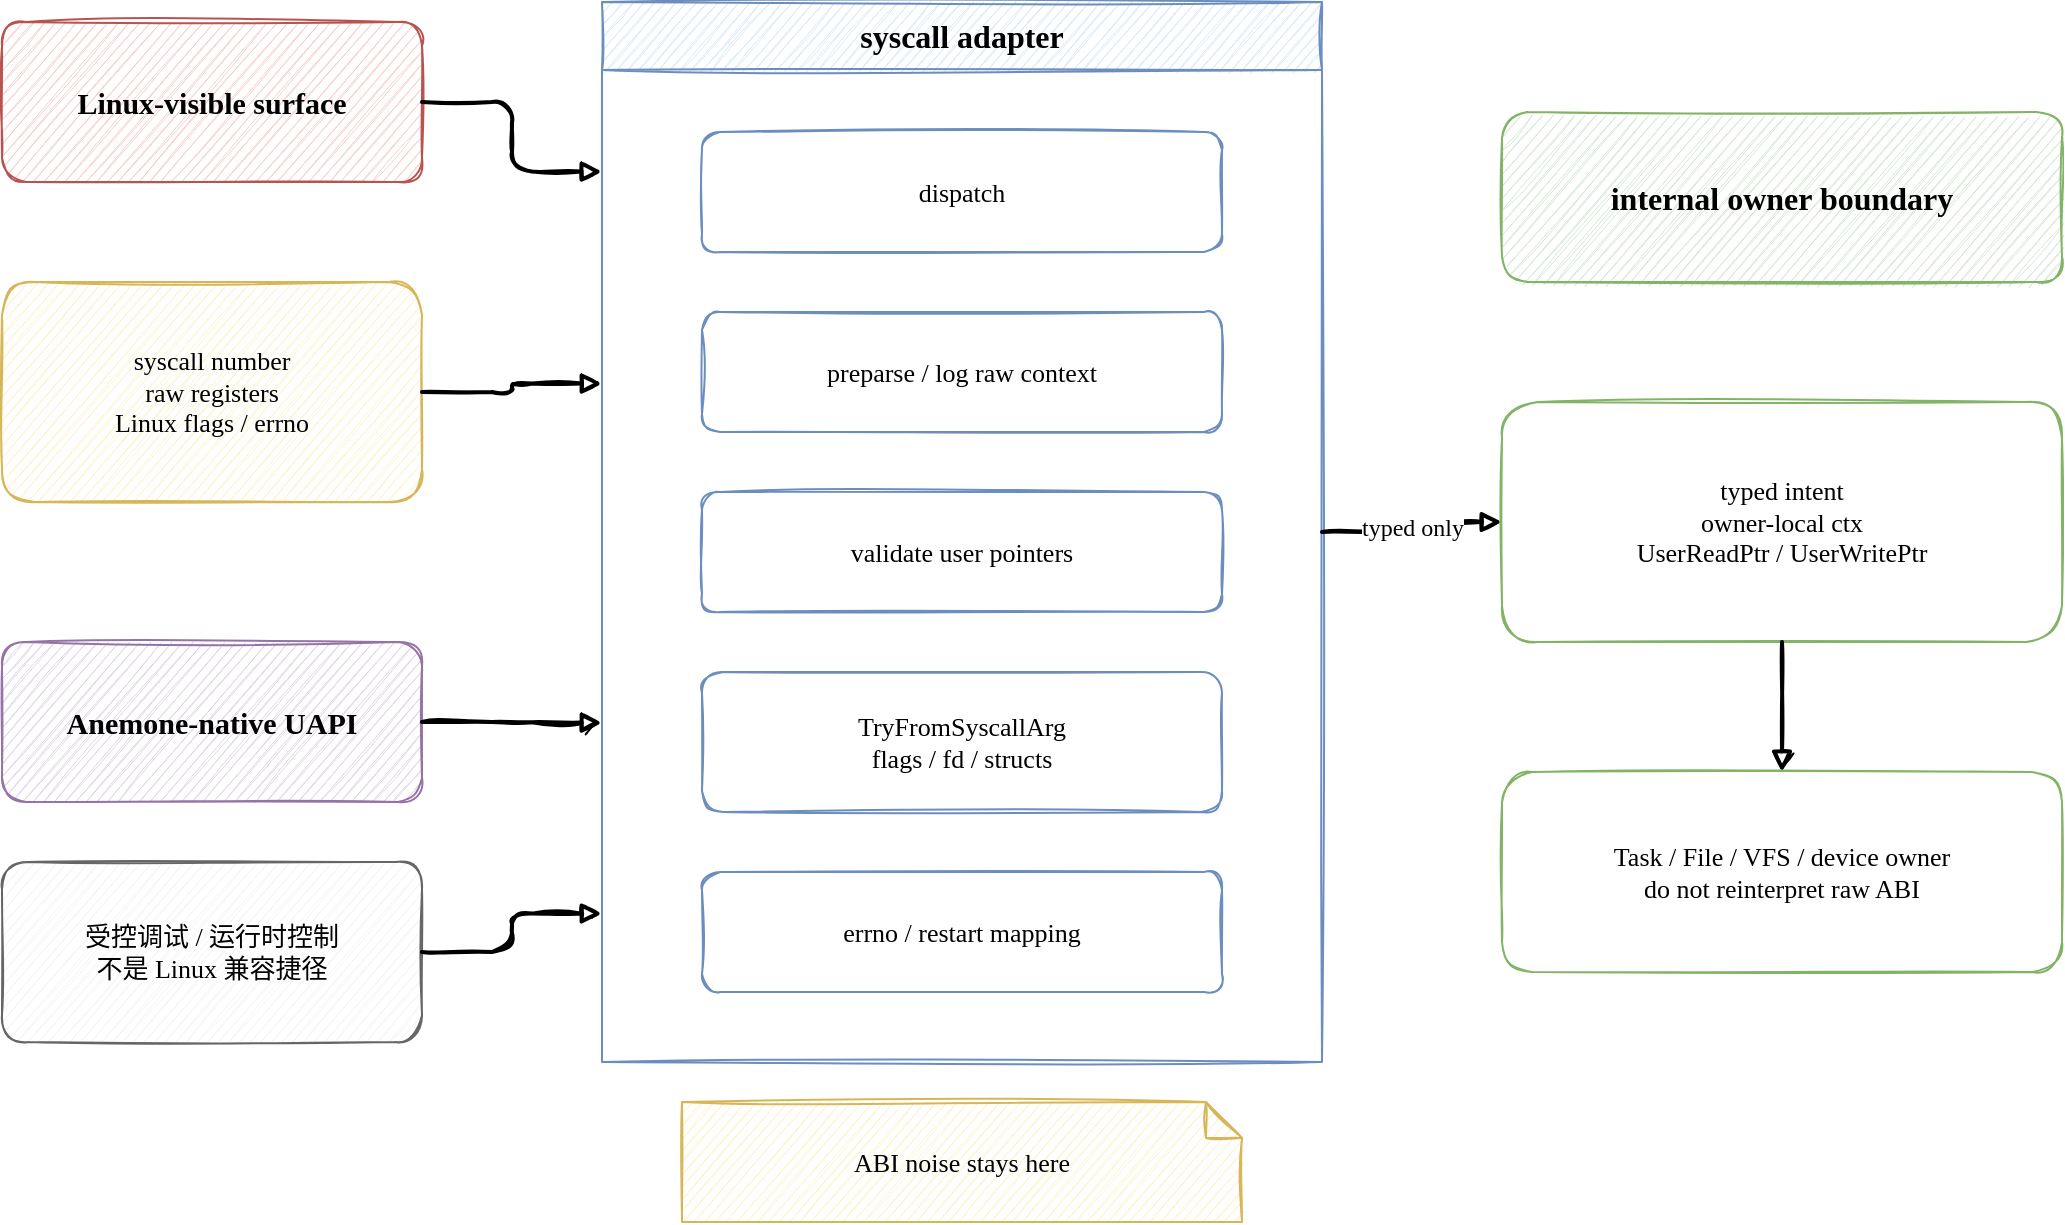
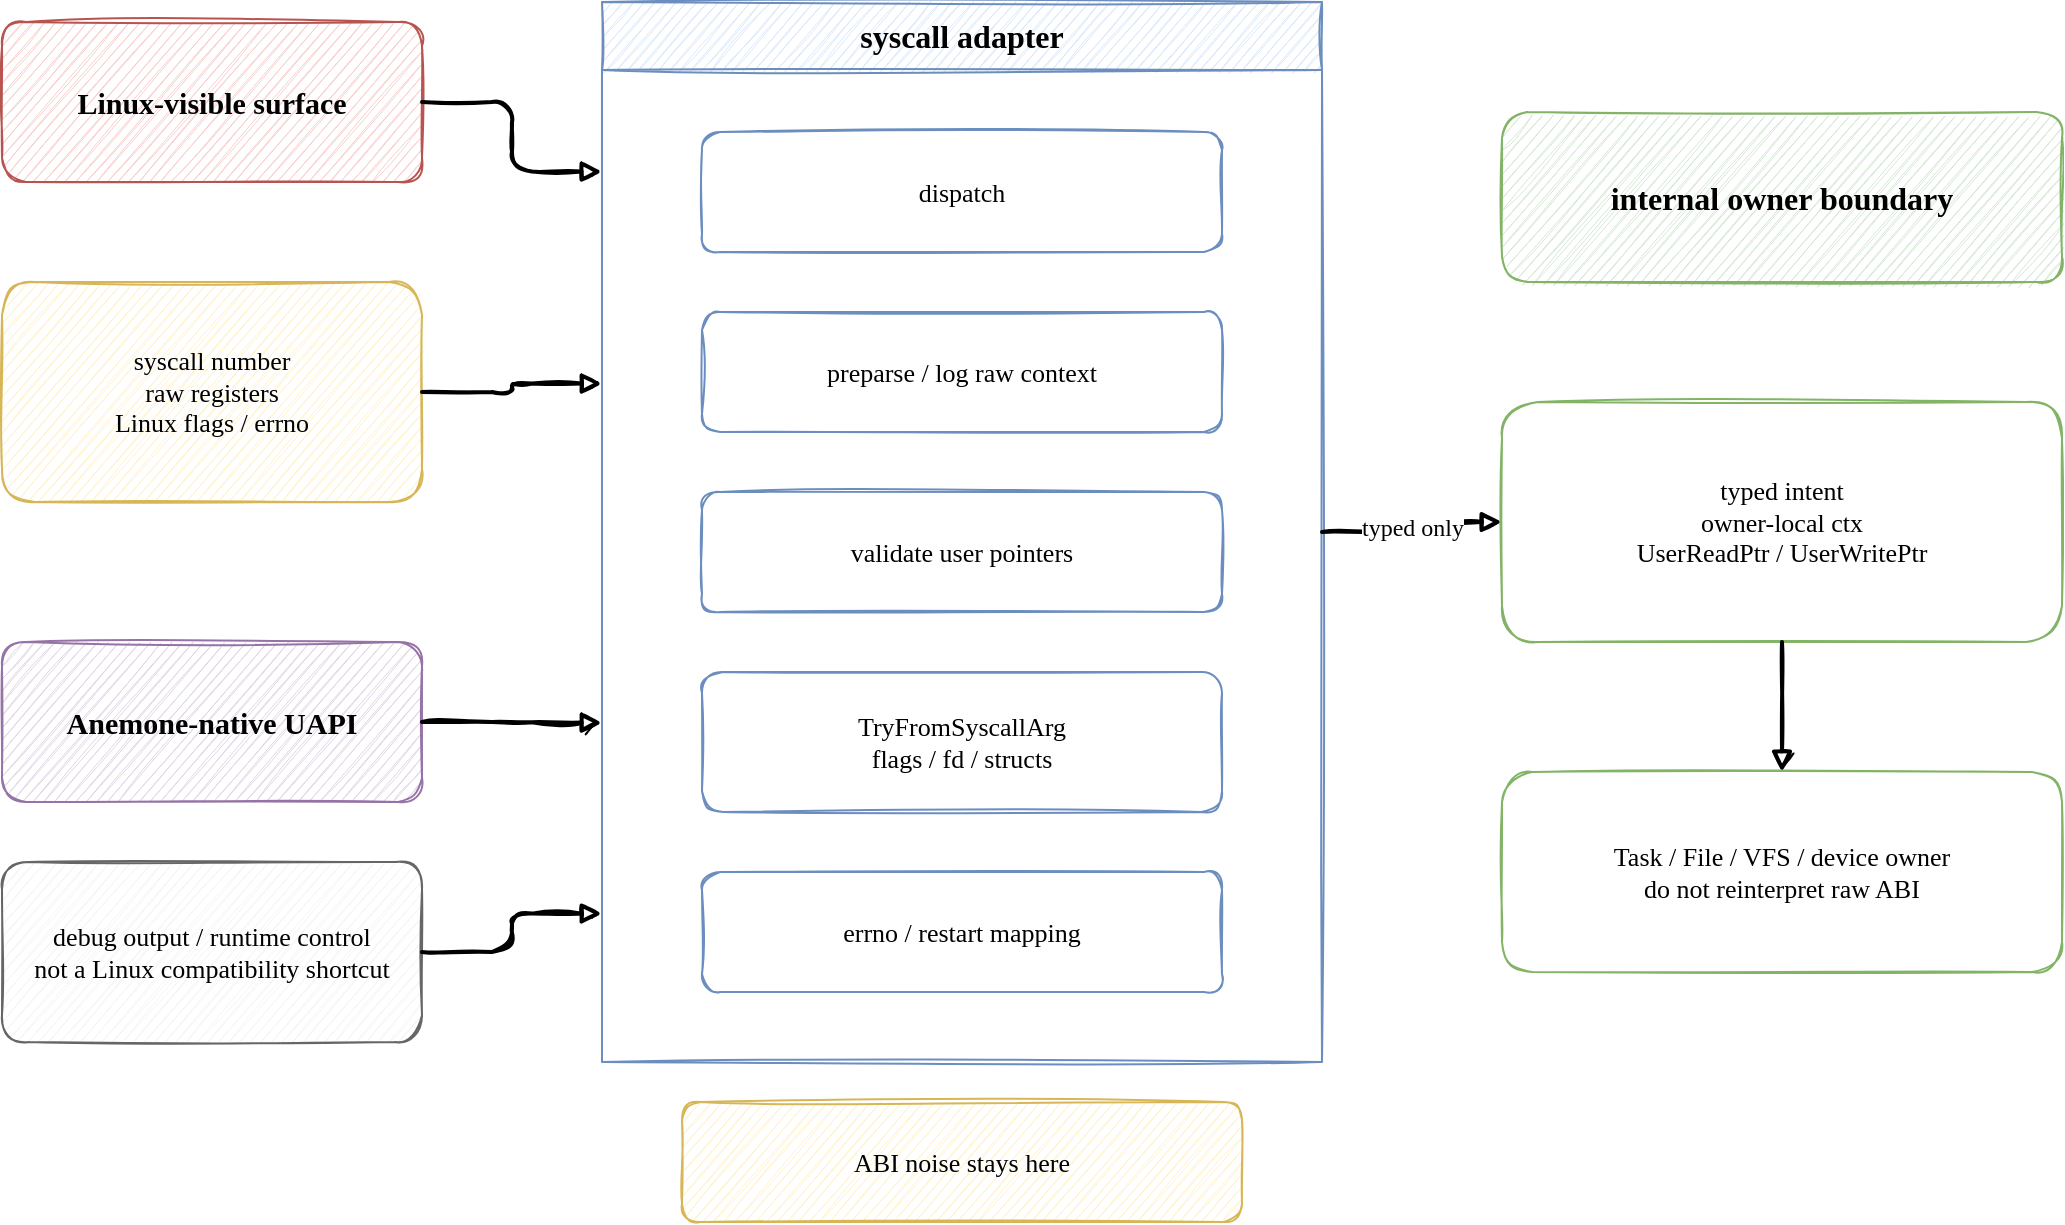
<?xml version="1.0" encoding="UTF-8"?>
- <mxfile host="drawio" version="26.0.0">
+ <mxfile host="drawio" version="30.2.4">
  <diagram name="syscall-adapter">
    <mxGraphModel dx="1280" dy="720" grid="1" gridSize="10" guides="1" tooltips="1" connect="1" arrows="1" fold="1" page="1" pageScale="1" pageWidth="1160" pageHeight="720" math="0" shadow="0">
      <root>
        <mxCell id="0" />
        <mxCell id="1" parent="0" />
        <mxCell id="2" value="Linux-visible surface" style="rounded=1;whiteSpace=wrap;html=1;sketch=1;hachureGap=4;fillColor=#f8cecc;strokeColor=#b85450;fontFamily=Comic Sans MS;fontSize=15;fontStyle=1;" vertex="1" parent="1">
          <mxGeometry x="50" y="80" width="210" height="80" as="geometry" />
        </mxCell>
        <mxCell id="3" value="syscall number&#xa;raw registers&#xa;Linux flags / errno" style="rounded=1;whiteSpace=wrap;html=1;sketch=1;hachureGap=4;fillColor=#fff2cc;strokeColor=#d6b656;fontFamily=Comic Sans MS;fontSize=13;" vertex="1" parent="1">
          <mxGeometry x="50" y="210" width="210" height="110" as="geometry" />
        </mxCell>
        <mxCell id="4" value="Anemone-native UAPI" style="rounded=1;whiteSpace=wrap;html=1;sketch=1;hachureGap=4;fillColor=#e1d5e7;strokeColor=#9673a6;fontFamily=Comic Sans MS;fontSize=15;fontStyle=1;" vertex="1" parent="1">
          <mxGeometry x="50" y="390" width="210" height="80" as="geometry" />
        </mxCell>
-         <mxCell id="5" value="受控调试 / 运行时控制&#xa;不是 Linux 兼容捷径" style="rounded=1;whiteSpace=wrap;html=1;sketch=1;hachureGap=4;fillColor=#f5f5f5;strokeColor=#666666;fontFamily=Comic Sans MS;fontSize=13;" vertex="1" parent="1">
+         <mxCell id="5" value="debug output / runtime control&#xa;not a Linux compatibility shortcut" style="rounded=1;whiteSpace=wrap;html=1;sketch=1;hachureGap=4;fillColor=#f5f5f5;strokeColor=#666666;fontFamily=Comic Sans MS;fontSize=13;" vertex="1" parent="1">
          <mxGeometry x="50" y="500" width="210" height="90" as="geometry" />
        </mxCell>
        <mxCell id="6" value="syscall adapter" style="swimlane;startSize=34;whiteSpace=wrap;html=1;sketch=1;hachureGap=4;fillColor=#dae8fc;strokeColor=#6c8ebf;fontFamily=Comic Sans MS;fontSize=16;fontStyle=1;" vertex="1" parent="1">
          <mxGeometry x="350" y="70" width="360" height="530" as="geometry" />
        </mxCell>
        <mxCell id="7" value="dispatch" style="rounded=1;whiteSpace=wrap;html=1;sketch=1;hachureGap=4;fillColor=#ffffff;strokeColor=#6c8ebf;fontFamily=Comic Sans MS;fontSize=13;" vertex="1" parent="6">
          <mxGeometry x="50" y="65" width="260" height="60" as="geometry" />
        </mxCell>
        <mxCell id="8" value="preparse / log raw context" style="rounded=1;whiteSpace=wrap;html=1;sketch=1;hachureGap=4;fillColor=#ffffff;strokeColor=#6c8ebf;fontFamily=Comic Sans MS;fontSize=13;" vertex="1" parent="6">
          <mxGeometry x="50" y="155" width="260" height="60" as="geometry" />
        </mxCell>
        <mxCell id="9" value="validate user pointers" style="rounded=1;whiteSpace=wrap;html=1;sketch=1;hachureGap=4;fillColor=#ffffff;strokeColor=#6c8ebf;fontFamily=Comic Sans MS;fontSize=13;" vertex="1" parent="6">
          <mxGeometry x="50" y="245" width="260" height="60" as="geometry" />
        </mxCell>
        <mxCell id="10" value="TryFromSyscallArg&#xa;flags / fd / structs" style="rounded=1;whiteSpace=wrap;html=1;sketch=1;hachureGap=4;fillColor=#ffffff;strokeColor=#6c8ebf;fontFamily=Comic Sans MS;fontSize=13;" vertex="1" parent="6">
          <mxGeometry x="50" y="335" width="260" height="70" as="geometry" />
        </mxCell>
        <mxCell id="11" value="errno / restart mapping" style="rounded=1;whiteSpace=wrap;html=1;sketch=1;hachureGap=4;fillColor=#ffffff;strokeColor=#6c8ebf;fontFamily=Comic Sans MS;fontSize=13;" vertex="1" parent="6">
          <mxGeometry x="50" y="435" width="260" height="60" as="geometry" />
        </mxCell>
        <mxCell id="12" value="internal owner boundary" style="rounded=1;whiteSpace=wrap;html=1;sketch=1;hachureGap=4;fillColor=#d5e8d4;strokeColor=#82b366;fontFamily=Comic Sans MS;fontSize=16;fontStyle=1;" vertex="1" parent="1">
          <mxGeometry x="800" y="125" width="280" height="85" as="geometry" />
        </mxCell>
        <mxCell id="13" value="typed intent&#xa;owner-local ctx&#xa;UserReadPtr / UserWritePtr" style="rounded=1;whiteSpace=wrap;html=1;sketch=1;hachureGap=4;fillColor=#ffffff;strokeColor=#82b366;fontFamily=Comic Sans MS;fontSize=13;" vertex="1" parent="1">
          <mxGeometry x="800" y="270" width="280" height="120" as="geometry" />
        </mxCell>
        <mxCell id="14" value="Task / File / VFS / device owner&#xa;do not reinterpret raw ABI" style="rounded=1;whiteSpace=wrap;html=1;sketch=1;hachureGap=4;fillColor=#ffffff;strokeColor=#82b366;fontFamily=Comic Sans MS;fontSize=13;" vertex="1" parent="1">
          <mxGeometry x="800" y="455" width="280" height="100" as="geometry" />
        </mxCell>
-         <mxCell id="15" value="ABI noise stays here" style="shape=note;whiteSpace=wrap;html=1;size=18;sketch=1;hachureGap=4;fillColor=#fff2cc;strokeColor=#d6b656;fontFamily=Comic Sans MS;fontSize=13;" vertex="1" parent="1">
+         <mxCell id="15" value="ABI noise stays here" style="rounded=1;whiteSpace=wrap;html=1;sketch=1;hachureGap=4;fillColor=#fff2cc;strokeColor=#d6b656;fontFamily=Comic Sans MS;fontSize=13;" vertex="1" parent="1">
          <mxGeometry x="390" y="620" width="280" height="60" as="geometry" />
        </mxCell>
        <mxCell id="16" value="" style="edgeStyle=orthogonalEdgeStyle;rounded=1;orthogonalLoop=1;jettySize=auto;html=1;sketch=1;strokeWidth=2;endArrow=block;exitX=1;exitY=0.5;entryX=0;entryY=0.16;" edge="1" parent="1" source="2" target="6">
          <mxGeometry relative="1" as="geometry" />
        </mxCell>
        <mxCell id="17" value="" style="edgeStyle=orthogonalEdgeStyle;rounded=1;orthogonalLoop=1;jettySize=auto;html=1;sketch=1;strokeWidth=2;endArrow=block;exitX=1;exitY=0.5;entryX=0;entryY=0.36;" edge="1" parent="1" source="3" target="6">
          <mxGeometry relative="1" as="geometry" />
        </mxCell>
        <mxCell id="18" value="" style="edgeStyle=orthogonalEdgeStyle;rounded=1;orthogonalLoop=1;jettySize=auto;html=1;sketch=1;strokeWidth=2;endArrow=block;exitX=1;exitY=0.5;entryX=0;entryY=0.68;" edge="1" parent="1" source="4" target="6">
          <mxGeometry relative="1" as="geometry" />
        </mxCell>
        <mxCell id="19" value="" style="edgeStyle=orthogonalEdgeStyle;rounded=1;orthogonalLoop=1;jettySize=auto;html=1;sketch=1;strokeWidth=2;endArrow=block;exitX=1;exitY=0.5;entryX=0;entryY=0.86;" edge="1" parent="1" source="5" target="6">
          <mxGeometry relative="1" as="geometry" />
        </mxCell>
        <mxCell id="20" value="typed only" style="edgeStyle=orthogonalEdgeStyle;rounded=1;orthogonalLoop=1;jettySize=auto;html=1;sketch=1;strokeWidth=2;endArrow=block;exitX=1;exitY=0.5;entryX=0;entryY=0.5;fontFamily=Comic Sans MS;fontSize=12;" edge="1" parent="1" source="6" target="13">
          <mxGeometry relative="1" as="geometry" />
        </mxCell>
        <mxCell id="21" value="" style="edgeStyle=orthogonalEdgeStyle;rounded=1;orthogonalLoop=1;jettySize=auto;html=1;sketch=1;strokeWidth=2;endArrow=block;exitX=0.5;exitY=1;entryX=0.5;entryY=0;" edge="1" parent="1" source="13" target="14">
          <mxGeometry relative="1" as="geometry" />
        </mxCell>
      </root>
    </mxGraphModel>
  </diagram>
</mxfile>
